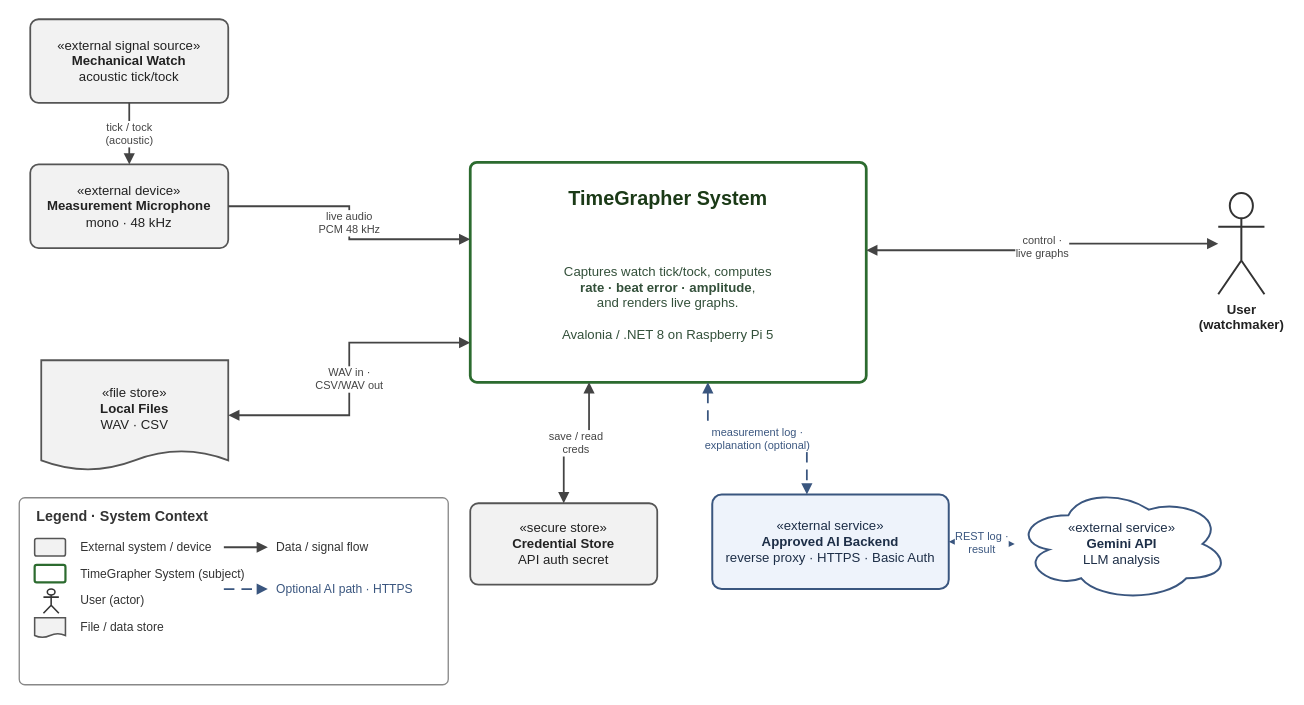
This is FinalDemo/assets/0_ContextDiagram.drawio from lgcmu2026-team5/TimeGrapher-Docs, a draw.io file, before an edit. Source tidied: cells renumbered, new cells numbered last; positions are measured from the earlier drawing's top-left corner, leaving out a move shared by most shapes. Both pictures are drawn from the tidied source at 110%, with x=0, y=0 at pixel (19, 19).
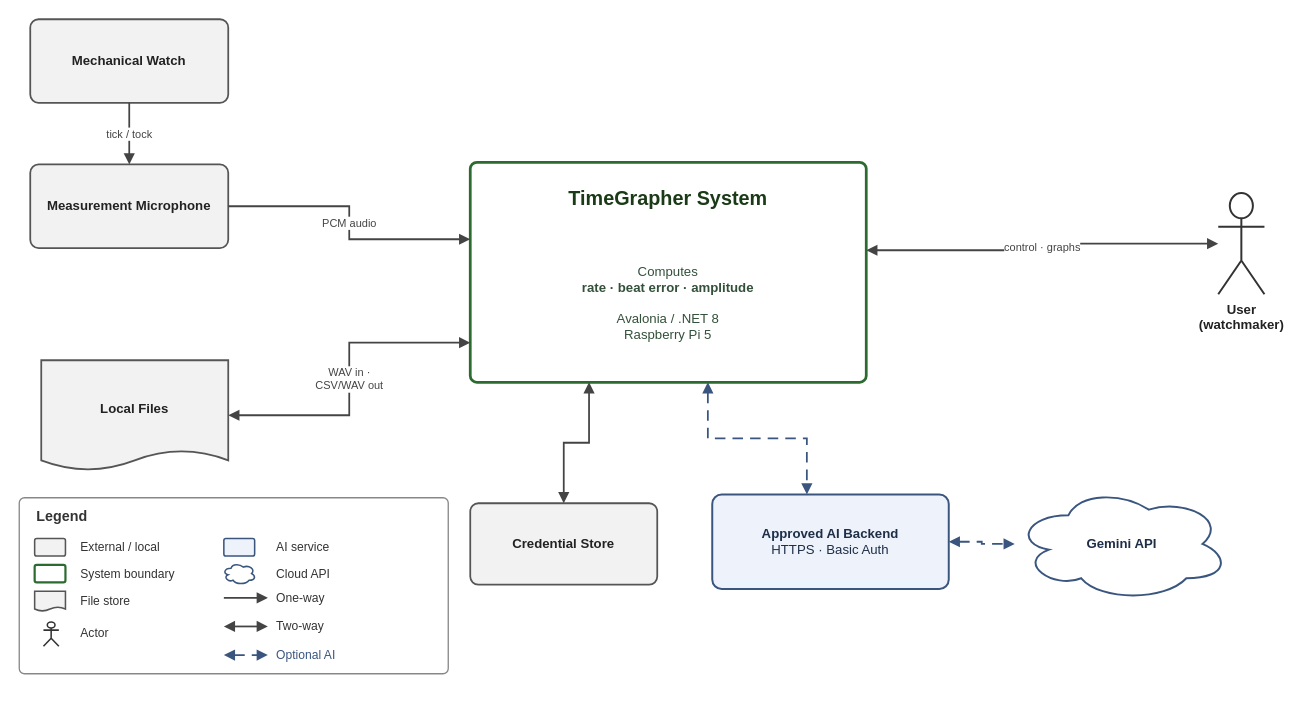
The same diagram, later.

Commit message (it also covers changes not shown here):
Simplify context diagram legend

The change refers to these unchanged cells:
```xml
<mxCell id="2" value="TimeGrapher System" style="rounded=1;arcSize=3;whiteSpace=wrap;html=1;fillColor=#ffffff;strokeColor=#2c6b2f;strokeWidth=2.5;verticalAlign=top;align=center;fontSize=18;fontStyle=1;spacingTop=16;fontColor=#1b3a17;fontFamily=Helvetica;" parent="1" vertex="1">
  <mxGeometry x="410" y="130" width="360" height="200" as="geometry" />
</mxCell>
<mxCell id="7" value="User&lt;br&gt;(watchmaker)" style="shape=umlActor;verticalLabelPosition=bottom;verticalAlign=top;html=1;outlineConnect=0;fillColor=#ffffff;strokeColor=#333333;strokeWidth=1.8;fontSize=12;fontStyle=1;fontColor=#222222;fontFamily=Helvetica;" parent="1" vertex="1">
  <mxGeometry x="1090" y="158" width="42" height="92" as="geometry" />
</mxCell>
```

What changed in the source:
```diff
@@
-    <mxCell id="3" value="Captures watch tick/tock, computes&lt;br&gt;&lt;b&gt;rate · beat error · amplitude&lt;/b&gt;,&lt;br&gt;and renders live graphs.&lt;br&gt;&lt;br&gt;Avalonia / .NET 8 on Raspberry Pi 5" style="text;html=1;strokeColor=none;fillColor=none;align=center;verticalAlign=middle;whiteSpace=wrap;fontSize=12;fontColor=#33503a;fontFamily=Helvetica;" parent="1" vertex="1">
+    <mxCell id="3" value="Computes&lt;br&gt;&lt;b&gt;rate · beat error · amplitude&lt;/b&gt;&lt;br&gt;&lt;br&gt;Avalonia / .NET 8&lt;br&gt;Raspberry Pi 5" style="text;html=1;strokeColor=none;fillColor=none;align=center;verticalAlign=middle;whiteSpace=wrap;fontSize=12;fontColor=#33503a;fontFamily=Helvetica;" parent="1" vertex="1">
       <mxGeometry x="435" y="198" width="310" height="120" as="geometry" />
     </mxCell>
-    <mxCell id="4" value="&amp;laquo;external signal source&amp;raquo;&lt;br&gt;&lt;b&gt;Mechanical Watch&lt;/b&gt;&lt;br&gt;acoustic tick/tock" style="rounded=1;arcSize=10;whiteSpace=wrap;html=1;fillColor=#f2f2f2;strokeColor=#555555;strokeWidth=1.6;fontSize=12;fontColor=#222222;fontFamily=Helvetica;verticalAlign=middle;align=center;" parent="1" vertex="1">
+    <mxCell id="4" value="&lt;b&gt;Mechanical Watch&lt;/b&gt;" style="rounded=1;arcSize=10;whiteSpace=wrap;html=1;fillColor=#f2f2f2;strokeColor=#555555;strokeWidth=1.6;fontSize=12;fontColor=#222222;fontFamily=Helvetica;verticalAlign=middle;align=center;" parent="1" vertex="1">
       <mxGeometry x="10" width="180" height="76" as="geometry" />
     </mxCell>
-    <mxCell id="5" value="&amp;laquo;external device&amp;raquo;&lt;br&gt;&lt;b&gt;Measurement Microphone&lt;/b&gt;&lt;br&gt;mono · 48 kHz" style="rounded=1;arcSize=10;whiteSpace=wrap;html=1;fillColor=#f2f2f2;strokeColor=#555555;strokeWidth=1.6;fontSize=12;fontColor=#222222;fontFamily=Helvetica;verticalAlign=middle;align=center;" parent="1" vertex="1">
+    <mxCell id="5" value="&lt;b&gt;Measurement Microphone&lt;/b&gt;" style="rounded=1;arcSize=10;whiteSpace=wrap;html=1;fillColor=#f2f2f2;strokeColor=#555555;strokeWidth=1.6;fontSize=12;fontColor=#222222;fontFamily=Helvetica;verticalAlign=middle;align=center;" parent="1" vertex="1">
       <mxGeometry x="10" y="132" width="180" height="76" as="geometry" />
     </mxCell>
-    <mxCell id="6" value="&amp;laquo;file store&amp;raquo;&lt;br&gt;&lt;b&gt;Local Files&lt;/b&gt;&lt;br&gt;WAV · CSV" style="shape=document;whiteSpace=wrap;html=1;boundedLbl=1;size=0.18;fillColor=#f2f2f2;strokeColor=#555555;strokeWidth=1.6;fontSize=12;fontColor=#222222;fontFamily=Helvetica;verticalAlign=middle;align=center;spacingTop=6;" parent="1" vertex="1">
+    <mxCell id="6" value="&lt;b&gt;Local Files&lt;/b&gt;" style="shape=document;whiteSpace=wrap;html=1;boundedLbl=1;size=0.18;fillColor=#f2f2f2;strokeColor=#555555;strokeWidth=1.6;fontSize=12;fontColor=#222222;fontFamily=Helvetica;verticalAlign=middle;align=center;spacingTop=6;" parent="1" vertex="1">
       <mxGeometry x="20" y="310" width="170" height="100" as="geometry" />
     </mxCell>
@@
-    <mxCell id="8" value="&amp;laquo;secure store&amp;raquo;&lt;br&gt;&lt;b&gt;Credential Store&lt;/b&gt;&lt;br&gt;API auth secret" style="rounded=1;arcSize=10;whiteSpace=wrap;html=1;fillColor=#f2f2f2;strokeColor=#555555;strokeWidth=1.6;fontSize=12;fontColor=#222222;fontFamily=Helvetica;verticalAlign=middle;align=center;" parent="1" vertex="1">
+    <mxCell id="8" value="&lt;b&gt;Credential Store&lt;/b&gt;" style="rounded=1;arcSize=10;whiteSpace=wrap;html=1;fillColor=#f2f2f2;strokeColor=#555555;strokeWidth=1.6;fontSize=12;fontColor=#222222;fontFamily=Helvetica;verticalAlign=middle;align=center;" parent="1" vertex="1">
       <mxGeometry x="410" y="440" width="170" height="74" as="geometry" />
     </mxCell>
-    <mxCell id="9" value="&amp;laquo;external service&amp;raquo;&lt;br&gt;&lt;b&gt;Approved AI Backend&lt;/b&gt;&lt;br&gt;reverse proxy · HTTPS · Basic Auth" style="rounded=1;arcSize=10;whiteSpace=wrap;html=1;fillColor=#eef3fb;strokeColor=#3a567f;strokeWidth=1.8;fontSize=12;fontColor=#1d2e47;fontFamily=Helvetica;verticalAlign=middle;align=center;" parent="1" vertex="1">
+    <mxCell id="9" value="&lt;b&gt;Approved AI Backend&lt;/b&gt;&lt;br&gt;HTTPS · Basic Auth" style="rounded=1;arcSize=10;whiteSpace=wrap;html=1;fillColor=#eef3fb;strokeColor=#3a567f;strokeWidth=1.8;fontSize=12;fontColor=#1d2e47;fontFamily=Helvetica;verticalAlign=middle;align=center;" parent="1" vertex="1">
       <mxGeometry x="630" y="432" width="215" height="86" as="geometry" />
     </mxCell>
-    <mxCell id="10" value="&amp;laquo;external service&amp;raquo;&lt;br&gt;&lt;b&gt;Gemini API&lt;/b&gt;&lt;br&gt;LLM analysis" style="shape=cloud;whiteSpace=wrap;html=1;fillColor=#ffffff;strokeColor=#3a567f;strokeWidth=1.8;fontSize=12;fontColor=#1d2e47;fontFamily=Helvetica;verticalAlign=middle;align=center;" parent="1" vertex="1">
+    <mxCell id="10" value="&lt;b&gt;Gemini API&lt;/b&gt;" style="shape=cloud;whiteSpace=wrap;html=1;fillColor=#ffffff;strokeColor=#3a567f;strokeWidth=1.8;fontSize=12;fontColor=#1d2e47;fontFamily=Helvetica;verticalAlign=middle;align=center;" parent="1" vertex="1">
       <mxGeometry x="905" y="425" width="195" height="104" as="geometry" />
     </mxCell>
-    <mxCell id="11" value="tick / tock&lt;br&gt;(acoustic)" style="edgeStyle=orthogonalEdgeStyle;rounded=0;html=1;endArrow=block;endFill=1;startArrow=none;strokeColor=#444444;strokeWidth=1.6;fontSize=10;fontColor=#444444;fontFamily=Helvetica;" parent="1" edge="1" source="4" target="5">
+    <mxCell id="11" value="tick / tock" style="edgeStyle=orthogonalEdgeStyle;rounded=0;html=1;endArrow=block;endFill=1;startArrow=none;strokeColor=#444444;strokeWidth=1.6;fontSize=10;fontColor=#444444;fontFamily=Helvetica;labelBackgroundColor=#ffffff;" parent="1" edge="1" source="4" target="5">
       <mxGeometry relative="1" as="geometry" />
     </mxCell>
-    <mxCell id="12" value="live audio&lt;br&gt;PCM 48 kHz" style="edgeStyle=orthogonalEdgeStyle;rounded=0;html=1;endArrow=block;endFill=1;startArrow=none;strokeColor=#444444;strokeWidth=1.6;fontSize=10;fontColor=#444444;fontFamily=Helvetica;entryX=0;entryY=0.35;entryDx=0;entryDy=0;" parent="1" edge="1" source="5" target="2">
+    <mxCell id="12" value="PCM audio" style="edgeStyle=orthogonalEdgeStyle;rounded=0;html=1;endArrow=block;endFill=1;startArrow=none;strokeColor=#444444;strokeWidth=1.6;fontSize=10;fontColor=#444444;fontFamily=Helvetica;labelBackgroundColor=#ffffff;entryX=0;entryY=0.35;entryDx=0;entryDy=0;" parent="1" edge="1" source="5" target="2">
       <mxGeometry relative="1" as="geometry" />
     </mxCell>
-    <mxCell id="13" value="WAV in ·&lt;br&gt;CSV/WAV out" style="edgeStyle=orthogonalEdgeStyle;rounded=0;html=1;endArrow=block;endFill=1;startArrow=block;startFill=1;strokeColor=#444444;strokeWidth=1.6;fontSize=10;fontColor=#444444;fontFamily=Helvetica;entryX=0;entryY=0.82;entryDx=0;entryDy=0;" parent="1" edge="1" source="6" target="2">
+    <mxCell id="13" value="WAV in ·&lt;br&gt;CSV/WAV out" style="edgeStyle=orthogonalEdgeStyle;rounded=0;html=1;endArrow=block;endFill=1;startArrow=block;startFill=1;strokeColor=#444444;strokeWidth=1.6;fontSize=10;fontColor=#444444;fontFamily=Helvetica;labelBackgroundColor=#ffffff;entryX=0;entryY=0.82;entryDx=0;entryDy=0;" parent="1" edge="1" source="6" target="2">
       <mxGeometry relative="1" as="geometry" />
     </mxCell>
-    <mxCell id="14" value="control ·&lt;br&gt;live graphs" style="edgeStyle=orthogonalEdgeStyle;rounded=0;html=1;endArrow=block;endFill=1;startArrow=block;startFill=1;strokeColor=#444444;strokeWidth=1.6;fontSize=10;fontColor=#444444;fontFamily=Helvetica;entryX=1;entryY=0.4;entryDx=0;entryDy=0;" parent="1" edge="1" source="7" target="2">
+    <mxCell id="14" value="control · graphs" style="edgeStyle=orthogonalEdgeStyle;rounded=0;html=1;endArrow=block;endFill=1;startArrow=block;startFill=1;strokeColor=#444444;strokeWidth=1.6;fontSize=10;fontColor=#444444;fontFamily=Helvetica;labelBackgroundColor=#ffffff;entryX=1;entryY=0.4;entryDx=0;entryDy=0;" parent="1" edge="1" source="7" target="2">
       <mxGeometry relative="1" as="geometry" />
     </mxCell>
-    <mxCell id="15" value="measurement log ·&lt;br&gt;explanation (optional)" style="edgeStyle=orthogonalEdgeStyle;rounded=0;html=1;endArrow=block;endFill=1;startArrow=block;startFill=1;dashed=1;dashPattern=6 4;strokeColor=#3a567f;strokeWidth=1.6;fontSize=10;fontColor=#3a567f;fontFamily=Helvetica;exitX=0.6;exitY=1;exitDx=0;exitDy=0;entryX=0.4;entryY=0;entryDx=0;entryDy=0;" parent="1" edge="1" source="2" target="9">
+    <mxCell id="15" style="edgeStyle=orthogonalEdgeStyle;rounded=0;html=1;endArrow=block;endFill=1;startArrow=block;startFill=1;dashed=1;dashPattern=6 4;strokeColor=#3a567f;strokeWidth=1.6;fontSize=10;fontColor=#3a567f;fontFamily=Helvetica;labelBackgroundColor=#ffffff;exitX=0.6;exitY=1;exitDx=0;exitDy=0;entryX=0.4;entryY=0;entryDx=0;entryDy=0;" parent="1" edge="1" source="2" target="9">
       <mxGeometry relative="1" as="geometry" />
     </mxCell>
-    <mxCell id="16" value="REST log ·&lt;br&gt;result" style="edgeStyle=orthogonalEdgeStyle;rounded=0;html=1;endArrow=block;endFill=1;startArrow=block;startFill=1;dashed=1;dashPattern=6 4;strokeColor=#3a567f;strokeWidth=1.6;fontSize=10;fontColor=#3a567f;fontFamily=Helvetica;" parent="1" edge="1" source="9" target="10">
+    <mxCell id="16" style="edgeStyle=orthogonalEdgeStyle;rounded=0;html=1;endArrow=block;endFill=1;startArrow=block;startFill=1;dashed=1;dashPattern=6 4;strokeColor=#3a567f;strokeWidth=1.6;fontSize=10;fontColor=#3a567f;fontFamily=Helvetica;labelBackgroundColor=#ffffff;" parent="1" edge="1" source="9" target="10">
       <mxGeometry relative="1" as="geometry" />
     </mxCell>
-    <mxCell id="17" value="save / read&lt;br&gt;creds" style="edgeStyle=orthogonalEdgeStyle;rounded=0;html=1;endArrow=block;endFill=1;startArrow=block;startFill=1;strokeColor=#444444;strokeWidth=1.6;fontSize=10;fontColor=#444444;fontFamily=Helvetica;exitX=0.3;exitY=1;exitDx=0;exitDy=0;entryX=0.5;entryY=0;entryDx=0;entryDy=0;" parent="1" edge="1" source="2" target="8">
+    <mxCell id="17" style="edgeStyle=orthogonalEdgeStyle;rounded=0;html=1;endArrow=block;endFill=1;startArrow=block;startFill=1;strokeColor=#444444;strokeWidth=1.6;fontSize=10;fontColor=#444444;fontFamily=Helvetica;labelBackgroundColor=#ffffff;exitX=0.3;exitY=1;exitDx=0;exitDy=0;entryX=0.5;entryY=0;entryDx=0;entryDy=0;" parent="1" edge="1" source="2" target="8">
       <mxGeometry relative="1" as="geometry" />
     </mxCell>
     <mxCell id="18" style="rounded=1;arcSize=3;whiteSpace=wrap;html=1;fillColor=#ffffff;strokeColor=#888888;strokeWidth=1.2;fontFamily=Helvetica;" parent="1" vertex="1">
-      <mxGeometry y="435" width="390" height="170" as="geometry" />
+      <mxGeometry y="435" width="390" height="160" as="geometry" />
     </mxCell>
-    <mxCell id="19" value="Legend · System Context" style="text;html=1;strokeColor=none;fillColor=none;align=left;verticalAlign=middle;fontSize=13;fontStyle=1;fontColor=#333333;fontFamily=Helvetica;" parent="1" vertex="1">
+    <mxCell id="19" value="Legend" style="text;html=1;strokeColor=none;fillColor=none;align=left;verticalAlign=middle;fontSize=13;fontStyle=1;fontColor=#333333;fontFamily=Helvetica;" parent="1" vertex="1">
       <mxGeometry x="14" y="442" width="260" height="20" as="geometry" />
     </mxCell>
@@
-    <mxCell id="21" value="External system / device" style="text;html=1;strokeColor=none;fillColor=none;align=left;verticalAlign=middle;fontSize=11;fontColor=#333333;fontFamily=Helvetica;" parent="1" vertex="1">
-      <mxGeometry x="54" y="470" width="200" height="20" as="geometry" />
+    <mxCell id="21" value="External / local" style="text;html=1;strokeColor=none;fillColor=none;align=left;verticalAlign=middle;fontSize=11;fontColor=#333333;fontFamily=Helvetica;" parent="1" vertex="1">
+      <mxGeometry x="54" y="470" width="126" height="20" as="geometry" />
     </mxCell>
@@
-    <mxCell id="23" value="TimeGrapher System (subject)" style="text;html=1;strokeColor=none;fillColor=none;align=left;verticalAlign=middle;fontSize=11;fontColor=#333333;fontFamily=Helvetica;" parent="1" vertex="1">
-      <mxGeometry x="54" y="494" width="230" height="20" as="geometry" />
+    <mxCell id="23" value="System boundary" style="text;html=1;strokeColor=none;fillColor=none;align=left;verticalAlign=middle;fontSize=11;fontColor=#333333;fontFamily=Helvetica;" parent="1" vertex="1">
+      <mxGeometry x="54" y="494" width="126" height="20" as="geometry" />
     </mxCell>
+    <mxCell id="26" style="shape=document;html=1;size=0.2;fillColor=#f2f2f2;strokeColor=#555555;strokeWidth=1.4;" parent="1" vertex="1">
+      <mxGeometry x="14" y="520" width="28" height="18" as="geometry" />
+    </mxCell>
+    <mxCell id="27" value="File store" style="text;html=1;strokeColor=none;fillColor=none;align=left;verticalAlign=middle;fontSize=11;fontColor=#333333;fontFamily=Helvetica;" parent="1" vertex="1">
+      <mxGeometry x="54" y="519" width="126" height="20" as="geometry" />
+    </mxCell>
     <mxCell id="24" style="shape=umlActor;html=1;fillColor=#ffffff;strokeColor=#333333;strokeWidth=1.4;" parent="1" vertex="1">
-      <mxGeometry x="22" y="518" width="14" height="22" as="geometry" />
+      <mxGeometry x="22" y="548" width="14" height="22" as="geometry" />
     </mxCell>
-    <mxCell id="25" value="User (actor)" style="text;html=1;strokeColor=none;fillColor=none;align=left;verticalAlign=middle;fontSize=11;fontColor=#333333;fontFamily=Helvetica;" parent="1" vertex="1">
-      <mxGeometry x="54" y="518" width="200" height="20" as="geometry" />
+    <mxCell id="25" value="Actor" style="text;html=1;strokeColor=none;fillColor=none;align=left;verticalAlign=middle;fontSize=11;fontColor=#333333;fontFamily=Helvetica;" parent="1" vertex="1">
+      <mxGeometry x="54" y="548" width="126" height="20" as="geometry" />
     </mxCell>
-    <mxCell id="26" style="shape=document;html=1;size=0.2;fillColor=#f2f2f2;strokeColor=#555555;strokeWidth=1.4;" parent="1" vertex="1">
-      <mxGeometry x="14" y="544" width="28" height="18" as="geometry" />
-    </mxCell>
-    <mxCell id="27" value="File / data store" style="text;html=1;strokeColor=none;fillColor=none;align=left;verticalAlign=middle;fontSize=11;fontColor=#333333;fontFamily=Helvetica;" parent="1" vertex="1">
-      <mxGeometry x="54" y="543" width="200" height="20" as="geometry" />
-    </mxCell>
+    <mxCell id="32" style="rounded=1;arcSize=12;whiteSpace=wrap;html=1;fillColor=#eef3fb;strokeColor=#3a567f;strokeWidth=1.4;" parent="1" vertex="1">
+      <mxGeometry x="186" y="472" width="28" height="16" as="geometry" />
+    </mxCell>
+    <mxCell id="33" value="AI service" style="text;html=1;strokeColor=none;fillColor=none;align=left;verticalAlign=middle;fontSize=11;fontColor=#333333;fontFamily=Helvetica;" parent="1" vertex="1">
+      <mxGeometry x="232" y="470" width="146" height="20" as="geometry" />
+    </mxCell>
+    <mxCell id="34" style="shape=cloud;html=1;fillColor=#ffffff;strokeColor=#3a567f;strokeWidth=1.4;" parent="1" vertex="1">
+      <mxGeometry x="185" y="494" width="30" height="20" as="geometry" />
+    </mxCell>
+    <mxCell id="35" value="Cloud API" style="text;html=1;strokeColor=none;fillColor=none;align=left;verticalAlign=middle;fontSize=11;fontColor=#333333;fontFamily=Helvetica;" parent="1" vertex="1">
+      <mxGeometry x="232" y="494" width="146" height="20" as="geometry" />
+    </mxCell>
     <mxCell id="28" style="endArrow=block;endFill=1;html=1;rounded=0;strokeColor=#444444;strokeWidth=1.6;" parent="1" edge="1">
       <mxGeometry relative="1" as="geometry">
-        <mxPoint x="186" y="480" as="sourcePoint" />
-        <mxPoint x="226" y="480" as="targetPoint" />
+        <mxPoint x="186" y="526" as="sourcePoint" />
+        <mxPoint x="226" y="526" as="targetPoint" />
       </mxGeometry>
     </mxCell>
-    <mxCell id="29" value="Data / signal flow" style="text;html=1;strokeColor=none;fillColor=none;align=left;verticalAlign=middle;fontSize=11;fontColor=#333333;fontFamily=Helvetica;" parent="1" vertex="1">
-      <mxGeometry x="232" y="470" width="150" height="20" as="geometry" />
+    <mxCell id="29" value="One-way" style="text;html=1;strokeColor=none;fillColor=none;align=left;verticalAlign=middle;fontSize=11;fontColor=#333333;fontFamily=Helvetica;" parent="1" vertex="1">
+      <mxGeometry x="232" y="516" width="146" height="20" as="geometry" />
     </mxCell>
+    <mxCell id="36" style="endArrow=block;endFill=1;startArrow=block;startFill=1;html=1;rounded=0;strokeColor=#444444;strokeWidth=1.6;" parent="1" edge="1">
+      <mxGeometry relative="1" as="geometry">
+        <mxPoint x="186" y="552" as="sourcePoint" />
+        <mxPoint x="226" y="552" as="targetPoint" />
+      </mxGeometry>
+    </mxCell>
+    <mxCell id="37" value="Two-way" style="text;html=1;strokeColor=none;fillColor=none;align=left;verticalAlign=middle;fontSize=11;fontColor=#333333;fontFamily=Helvetica;" parent="1" vertex="1">
+      <mxGeometry x="232" y="542" width="146" height="20" as="geometry" />
+    </mxCell>
-    <mxCell id="30" style="endArrow=block;endFill=1;html=1;rounded=0;dashed=1;dashPattern=6 4;strokeColor=#3a567f;strokeWidth=1.6;" parent="1" edge="1">
+    <mxCell id="30" style="endArrow=block;endFill=1;startArrow=block;startFill=1;html=1;rounded=0;dashed=1;dashPattern=6 4;strokeColor=#3a567f;strokeWidth=1.6;" parent="1" edge="1">
       <mxGeometry relative="1" as="geometry">
-        <mxPoint x="186" y="518" as="sourcePoint" />
-        <mxPoint x="226" y="518" as="targetPoint" />
+        <mxPoint x="186" y="578" as="sourcePoint" />
+        <mxPoint x="226" y="578" as="targetPoint" />
       </mxGeometry>
     </mxCell>
-    <mxCell id="31" value="Optional AI path · HTTPS" style="text;html=1;strokeColor=none;fillColor=none;align=left;verticalAlign=middle;fontSize=11;fontColor=#3a567f;fontFamily=Helvetica;" parent="1" vertex="1">
-      <mxGeometry x="232" y="508" width="150" height="20" as="geometry" />
+    <mxCell id="31" value="Optional AI" style="text;html=1;strokeColor=none;fillColor=none;align=left;verticalAlign=middle;fontSize=11;fontColor=#3a567f;fontFamily=Helvetica;" parent="1" vertex="1">
+      <mxGeometry x="232" y="568" width="146" height="20" as="geometry" />
     </mxCell>
```
